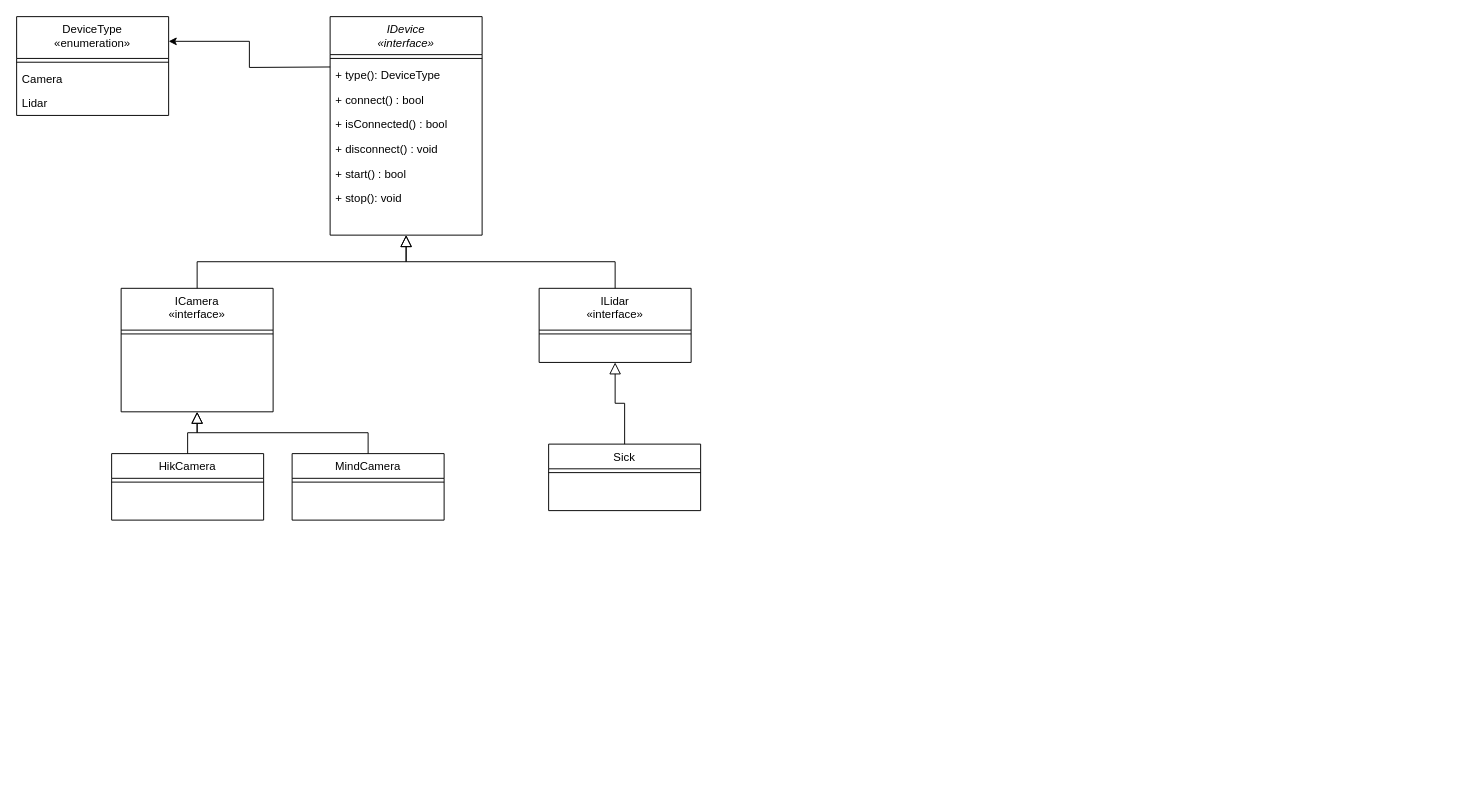
FRomich/Storage2 keeps this draw.io diagram as Storage2.drawio. Above is the earlier version. Source tidied: cells renumbered, new cells numbered last; positions are measured from the earlier drawing's top-left corner, leaving out a move shared by most shapes. Both pictures are drawn from the tidied source at 95%, with x=0, y=0 at pixel (16, 16).
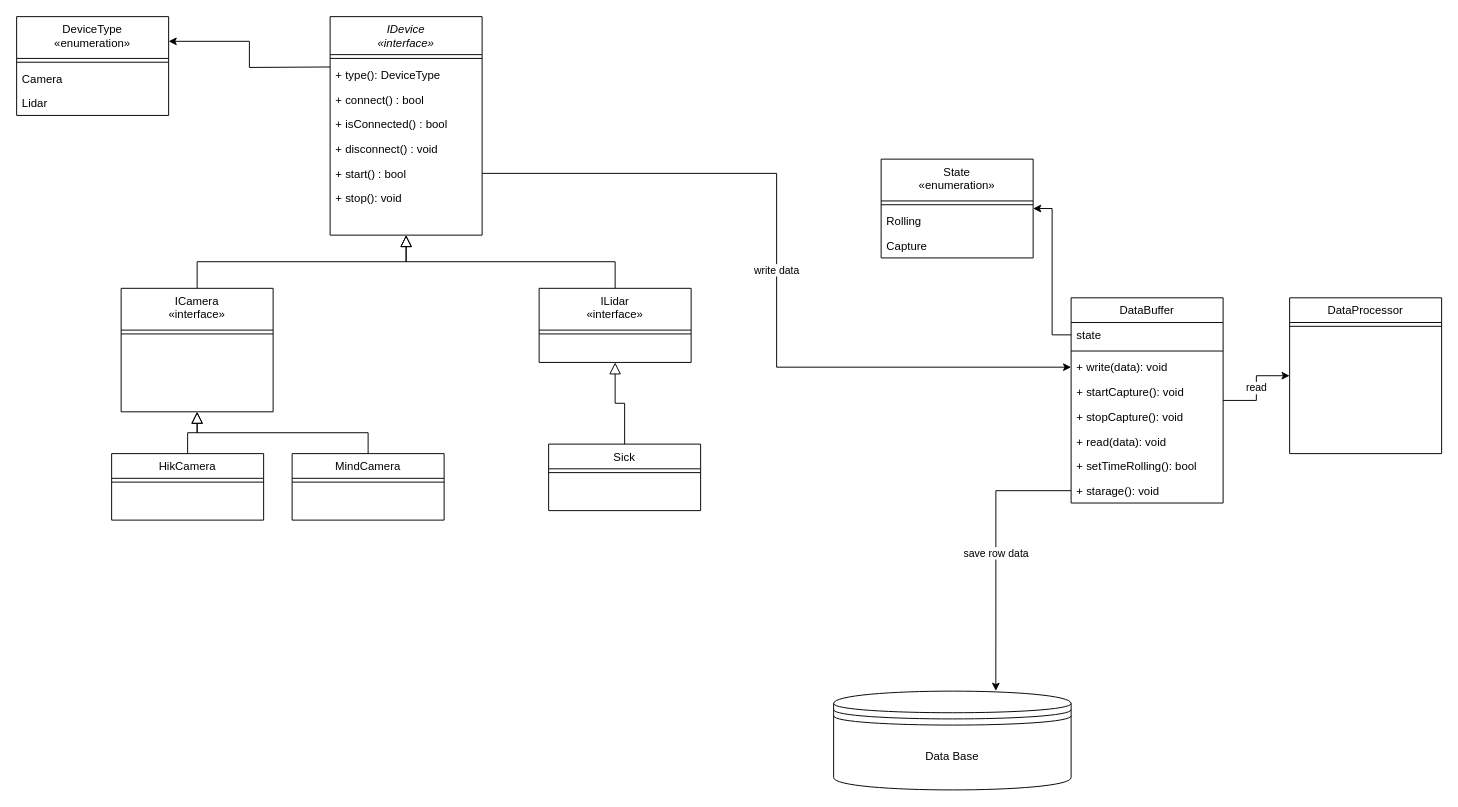
After the change.

The change refers to these unchanged cells:
```xml
<mxCell id="8" value="+ start() : bool" style="text;align=left;verticalAlign=top;spacingLeft=4;spacingRight=4;overflow=hidden;points=[[0,0.5],[1,0.5]];portConstraint=eastwest;" parent="2" vertex="1">
  <mxGeometry y="152" width="160" height="26" as="geometry" />
</mxCell>
```

The edit, as a diff of the source:
```diff
@@
+    <mxCell id="30" value="read" style="edgeStyle=orthogonalEdgeStyle;rounded=0;jettySize=auto;html=1;entryX=0;entryY=0.5;entryDx=0;entryDy=0;" parent="1" edge="1" source="31" target="45">
+      <mxGeometry relative="1" as="geometry" />
+    </mxCell>
+    <mxCell id="31" value="DataBuffer" style="swimlane;fontStyle=0;align=center;verticalAlign=top;horizontal=1;startSize=26;rounded=0;shadow=0;strokeWidth=1;" parent="1" vertex="1">
+      <mxGeometry x="1110" y="296" width="160" height="216" as="geometry" />
+    </mxCell>
+    <mxCell id="32" value="state" style="text;align=left;verticalAlign=top;spacingLeft=4;spacingRight=4;overflow=hidden;points=[[0,0.5],[1,0.5]];portConstraint=eastwest;" parent="31" vertex="1">
+      <mxGeometry y="26" width="160" height="26" as="geometry" />
+    </mxCell>
+    <mxCell id="33" style="line;html=1;strokeWidth=1;align=left;verticalAlign=middle;spacingTop=-1;spacingLeft=3;spacingRight=3;labelPosition=right;" parent="31" vertex="1">
+      <mxGeometry y="52" width="160" height="8" as="geometry" />
+    </mxCell>
+    <mxCell id="34" value="+ write(data): void" style="text;align=left;verticalAlign=top;spacingLeft=4;spacingRight=4;overflow=hidden;points=[[0,0.5],[1,0.5]];portConstraint=eastwest;" parent="31" vertex="1">
+      <mxGeometry y="60" width="160" height="26" as="geometry" />
+    </mxCell>
+    <mxCell id="35" value="+ startCapture(): void" style="text;align=left;verticalAlign=top;spacingLeft=4;spacingRight=4;overflow=hidden;" parent="31" vertex="1">
+      <mxGeometry y="86" width="160" height="26" as="geometry" />
+    </mxCell>
+    <mxCell id="36" value="+ stopCapture(): void" style="text;align=left;verticalAlign=top;spacingLeft=4;spacingRight=4;overflow=hidden;" parent="31" vertex="1">
+      <mxGeometry y="112" width="160" height="26" as="geometry" />
+    </mxCell>
+    <mxCell id="37" value="+ read(data): void" style="text;align=left;verticalAlign=top;spacingLeft=4;spacingRight=4;overflow=hidden;" parent="31" vertex="1">
+      <mxGeometry y="138" width="160" height="26" as="geometry" />
+    </mxCell>
+    <mxCell id="38" value="+ setTimeRolling(): bool" style="text;align=left;verticalAlign=top;spacingLeft=4;spacingRight=4;overflow=hidden;" parent="31" vertex="1">
+      <mxGeometry y="164" width="160" height="26" as="geometry" />
+    </mxCell>
+    <mxCell id="39" value="+ starage(): void" style="text;align=left;verticalAlign=top;spacingLeft=4;spacingRight=4;overflow=hidden;points=[[0,0.5],[1,0.5]];portConstraint=eastwest;" parent="31" vertex="1">
+      <mxGeometry y="190" width="160" height="26" as="geometry" />
+    </mxCell>
+    <mxCell id="40" value="State&#10;«enumeration»" style="swimlane;fontStyle=0;align=center;verticalAlign=top;horizontal=1;startSize=44;rounded=0;shadow=0;strokeWidth=1;" parent="1" vertex="1">
+      <mxGeometry x="910" y="150" width="160" height="104" as="geometry" />
+    </mxCell>
+    <mxCell id="41" style="line;html=1;strokeWidth=1;align=left;verticalAlign=middle;spacingTop=-1;spacingLeft=3;spacingRight=3;labelPosition=right;" parent="40" vertex="1">
+      <mxGeometry y="44" width="160" height="8" as="geometry" />
+    </mxCell>
+    <mxCell id="42" value="Rolling" style="text;align=left;verticalAlign=top;spacingLeft=4;spacingRight=4;overflow=hidden;" parent="40" vertex="1">
+      <mxGeometry y="52" width="160" height="26" as="geometry" />
+    </mxCell>
+    <mxCell id="43" value="Capture" style="text;align=left;verticalAlign=top;spacingLeft=4;spacingRight=4;overflow=hidden;" parent="40" vertex="1">
+      <mxGeometry y="78" width="160" height="26" as="geometry" />
+    </mxCell>
+    <mxCell id="44" style="edgeStyle=orthogonalEdgeStyle;rounded=0;jettySize=auto;html=1;entryX=1;entryY=0.5;entryDx=0;entryDy=0;" parent="1" edge="1" source="32" target="40">
+      <mxGeometry relative="1" as="geometry" />
+    </mxCell>
+    <mxCell id="45" value="DataProcessor" style="swimlane;fontStyle=0;align=center;verticalAlign=top;horizontal=1;startSize=26;rounded=0;shadow=0;strokeWidth=1;" parent="1" vertex="1">
+      <mxGeometry x="1340" y="296" width="160" height="164" as="geometry" />
+    </mxCell>
+    <mxCell id="46" style="line;html=1;strokeWidth=1;align=left;verticalAlign=middle;spacingTop=-1;spacingLeft=3;spacingRight=3;labelPosition=right;" parent="45" vertex="1">
+      <mxGeometry y="26" width="160" height="8" as="geometry" />
+    </mxCell>
+    <mxCell id="47" value="Data Base" style="shape=datastore;whiteSpace=wrap;html=1;" parent="1" vertex="1">
+      <mxGeometry x="860" y="710" width="250" height="104" as="geometry" />
+    </mxCell>
+    <mxCell id="48" value="save row data" style="edgeStyle=orthogonalEdgeStyle;rounded=0;jettySize=auto;html=1;entryX=0.683;entryY=-0.003;entryDx=0;entryDy=0;entryPerimeter=0;" parent="1" edge="1" source="39" target="47">
+      <mxGeometry relative="1" as="geometry" />
+    </mxCell>
+    <mxCell id="49" value="write data" style="edgeStyle=orthogonalEdgeStyle;rounded=0;jettySize=auto;html=1;" parent="1" edge="1" source="8" target="34">
+      <mxGeometry relative="1" as="geometry" />
+    </mxCell>
```
